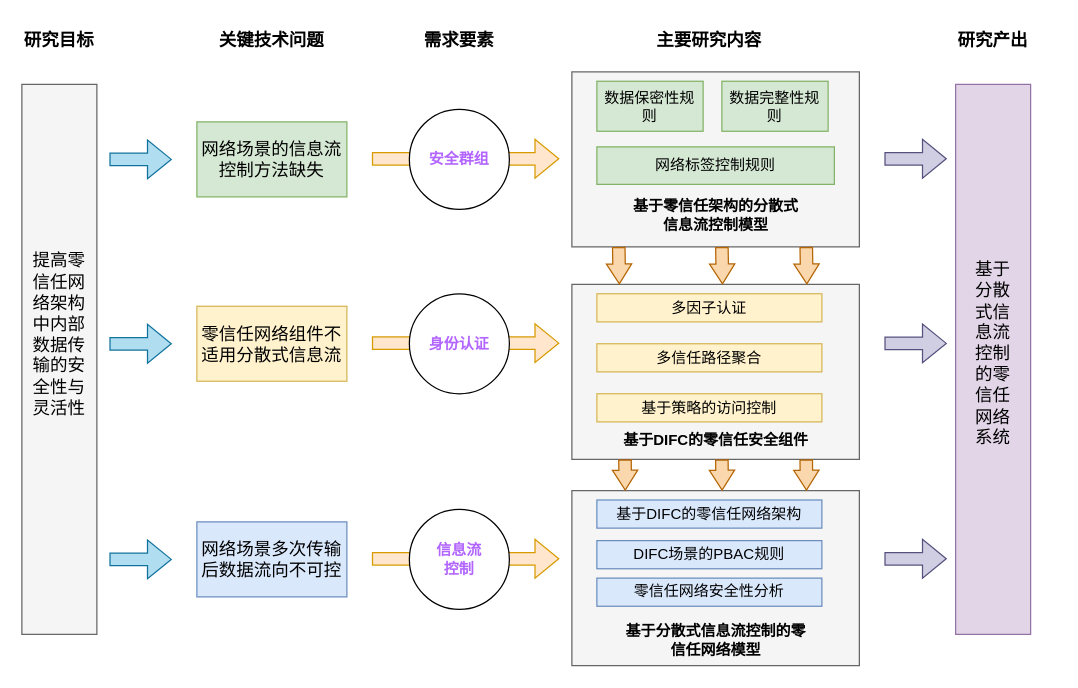
This is 研究内容框架.drawio from ZhuShouCheng/notebook, a draw.io file, before an edit. Source tidied: cells renumbered, new cells numbered last; positions are measured from the earlier drawing's top-left corner, leaving out a move shared by most shapes. Both pictures are drawn from the tidied source at 125%, with x=0, y=0 at pixel (21, 21).
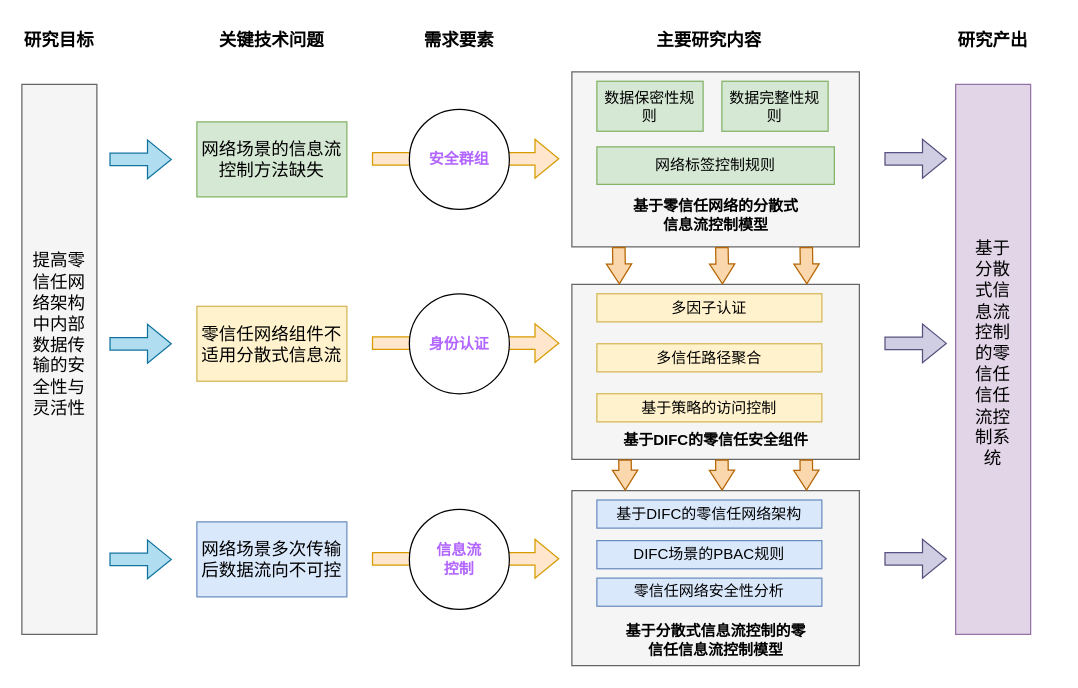
After the change.

Commit message:
更新研究内容框架.drawio

Diff of the diagram source:
```diff
@@
-    <mxCell id="20" value="&lt;b&gt;基于零信任架构的分散式信息流控制模型&lt;/b&gt;" style="text;html=1;strokeColor=none;fillColor=none;align=center;verticalAlign=middle;whiteSpace=wrap;rounded=0;" parent="1" vertex="1">
+    <mxCell id="20" value="&lt;b&gt;基于零信任网络的分散式信息流控制模型&lt;/b&gt;" style="text;html=1;strokeColor=none;fillColor=none;align=center;verticalAlign=middle;whiteSpace=wrap;rounded=0;" parent="1" vertex="1">
       <mxGeometry x="482.5" y="140" width="145" height="30" as="geometry" />
     </mxCell>
@@
-    <mxCell id="30" value="&lt;b&gt;基于分散式信息流控制的零信任网络模型&lt;/b&gt;" style="text;html=1;strokeColor=none;fillColor=none;align=center;verticalAlign=middle;whiteSpace=wrap;rounded=0;" parent="1" vertex="1">
+    <mxCell id="30" value="&lt;b&gt;基于分散式信息流控制的零信任信息流控制模型&lt;/b&gt;" style="text;html=1;strokeColor=none;fillColor=none;align=center;verticalAlign=middle;whiteSpace=wrap;rounded=0;" parent="1" vertex="1">
       <mxGeometry x="477.5" y="480" width="155" height="30" as="geometry" />
     </mxCell>
@@
-    <mxCell id="35" value="&lt;font style=&quot;font-size: 14px;&quot;&gt;基于分散式信息流控制的零信任网络系统&lt;/font&gt;" style="text;html=1;strokeColor=none;fillColor=none;align=center;verticalAlign=middle;whiteSpace=wrap;rounded=0;" parent="1" vertex="1">
+    <mxCell id="35" value="&lt;font style=&quot;font-size: 14px;&quot;&gt;基于分散式信息流控制的零信任信任流控制系统&lt;/font&gt;" style="text;html=1;strokeColor=none;fillColor=none;align=center;verticalAlign=middle;whiteSpace=wrap;rounded=0;" parent="1" vertex="1">
       <mxGeometry x="759" y="170" width="36" height="190" as="geometry" />
     </mxCell>
```
